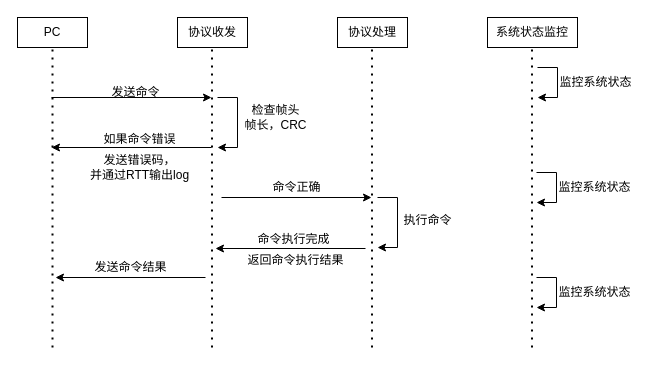
The draw.io diagram multi-task sequence draw.drawio in ShadowThree/drawing_draw_io, before the edit. Source tidied: cells renumbered, new cells numbered last; positions are measured from the earlier drawing's top-left corner, leaving out a move shared by most shapes. Both pictures are drawn from the tidied source at 100%, with x=0, y=0 at pixel (17, 17).
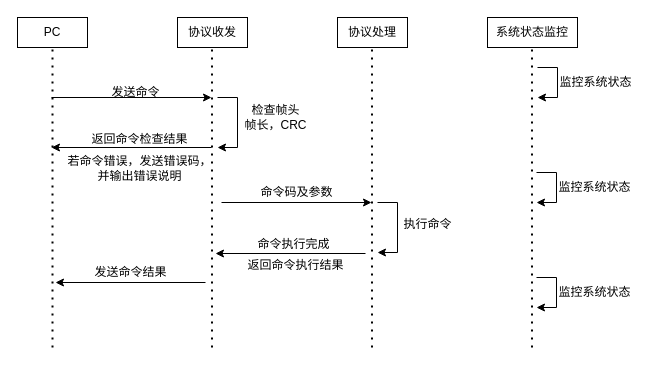
After the change.

What changed in the source:
```diff
@@
-    <mxCell id="15" value="如果命令错误" style="text;html=1;align=center;verticalAlign=middle;strokeColor=none;fillColor=none;" parent="1" vertex="1">
-      <mxGeometry x="72" y="107" width="100" height="30" as="geometry" />
+    <mxCell id="15" value="返回命令检查结果" style="text;html=1;align=center;verticalAlign=middle;strokeColor=none;fillColor=none;" parent="1" vertex="1">
+      <mxGeometry x="65" y="109" width="114" height="26" as="geometry" />
     </mxCell>
-    <mxCell id="16" value="发送错误码，&lt;br&gt;并通过RTT输出log" style="text;html=1;align=center;verticalAlign=middle;strokeColor=none;fillColor=none;" parent="1" vertex="1">
-      <mxGeometry x="62" y="130" width="120" height="40" as="geometry" />
+    <mxCell id="16" value="若命令错误，发送错误码，&lt;br&gt;并输出错误说明" style="text;html=1;align=center;verticalAlign=middle;strokeColor=none;fillColor=none;" parent="1" vertex="1">
+      <mxGeometry x="41" y="130" width="162" height="41" as="geometry" />
     </mxCell>
     <mxCell id="17" style="endArrow=classic;html=1;rounded=0;" parent="1" edge="1">
       <mxGeometry relative="1" as="geometry">
-        <mxPoint x="204" y="180" as="sourcePoint" />
-        <mxPoint x="354" y="180" as="targetPoint" />
+        <mxPoint x="204" y="185" as="sourcePoint" />
+        <mxPoint x="354" y="185" as="targetPoint" />
       </mxGeometry>
     </mxCell>
-    <mxCell id="18" value="命令正确" style="text;html=1;align=center;verticalAlign=middle;strokeColor=none;fillColor=none;" parent="1" vertex="1">
-      <mxGeometry x="244" y="155" width="70" height="30" as="geometry" />
+    <mxCell id="18" value="命令码及参数" style="text;html=1;align=center;verticalAlign=middle;strokeColor=none;fillColor=none;" parent="1" vertex="1">
+      <mxGeometry x="234" y="162" width="90" height="26" as="geometry" />
     </mxCell>
     <mxCell id="19" style="endArrow=classic;html=1;rounded=0;" parent="1" edge="1">
       <mxGeometry relative="1" as="geometry">
-        <mxPoint x="360" y="180" as="sourcePoint" />
-        <mxPoint x="360" y="230" as="targetPoint" />
+        <mxPoint x="360" y="185" as="sourcePoint" />
+        <mxPoint x="360" y="235" as="targetPoint" />
         <Array as="points">
-          <mxPoint x="380" y="180" />
-          <mxPoint x="380" y="230" />
+          <mxPoint x="380" y="185" />
+          <mxPoint x="380" y="235" />
         </Array>
       </mxGeometry>
     </mxCell>
     <mxCell id="20" value="执行命令" style="text;html=1;align=center;verticalAlign=middle;strokeColor=none;fillColor=none;" parent="1" vertex="1">
-      <mxGeometry x="375" y="188" width="70" height="30" as="geometry" />
+      <mxGeometry x="375" y="192" width="70" height="30" as="geometry" />
     </mxCell>
@@
     <mxCell id="27" style="endArrow=classic;html=1;rounded=0;" parent="1" edge="1">
       <mxGeometry relative="1" as="geometry">
-        <mxPoint x="348" y="231" as="sourcePoint" />
-        <mxPoint x="198" y="231" as="targetPoint" />
+        <mxPoint x="348" y="236" as="sourcePoint" />
+        <mxPoint x="198" y="236" as="targetPoint" />
       </mxGeometry>
     </mxCell>
     <mxCell id="28" value="命令执行完成" style="text;html=1;align=center;verticalAlign=middle;strokeColor=none;fillColor=none;" parent="1" vertex="1">
-      <mxGeometry x="226" y="207" width="100" height="30" as="geometry" />
+      <mxGeometry x="226" y="212" width="100" height="30" as="geometry" />
     </mxCell>
     <mxCell id="29" value="返回命令执行结果" style="text;html=1;align=center;verticalAlign=middle;strokeColor=none;fillColor=none;" parent="1" vertex="1">
-      <mxGeometry x="218" y="228" width="120" height="30" as="geometry" />
+      <mxGeometry x="218" y="233" width="120" height="30" as="geometry" />
     </mxCell>
     <mxCell id="30" style="endArrow=classic;html=1;rounded=0;" parent="1" edge="1">
       <mxGeometry relative="1" as="geometry">
-        <mxPoint x="188" y="260" as="sourcePoint" />
-        <mxPoint x="38" y="260" as="targetPoint" />
+        <mxPoint x="188" y="265" as="sourcePoint" />
+        <mxPoint x="38" y="265" as="targetPoint" />
       </mxGeometry>
     </mxCell>
     <mxCell id="31" value="发送命令结果" style="text;html=1;align=center;verticalAlign=middle;strokeColor=none;fillColor=none;" parent="1" vertex="1">
-      <mxGeometry x="63" y="235" width="100" height="30" as="geometry" />
+      <mxGeometry x="63" y="240" width="100" height="30" as="geometry" />
     </mxCell>
```
